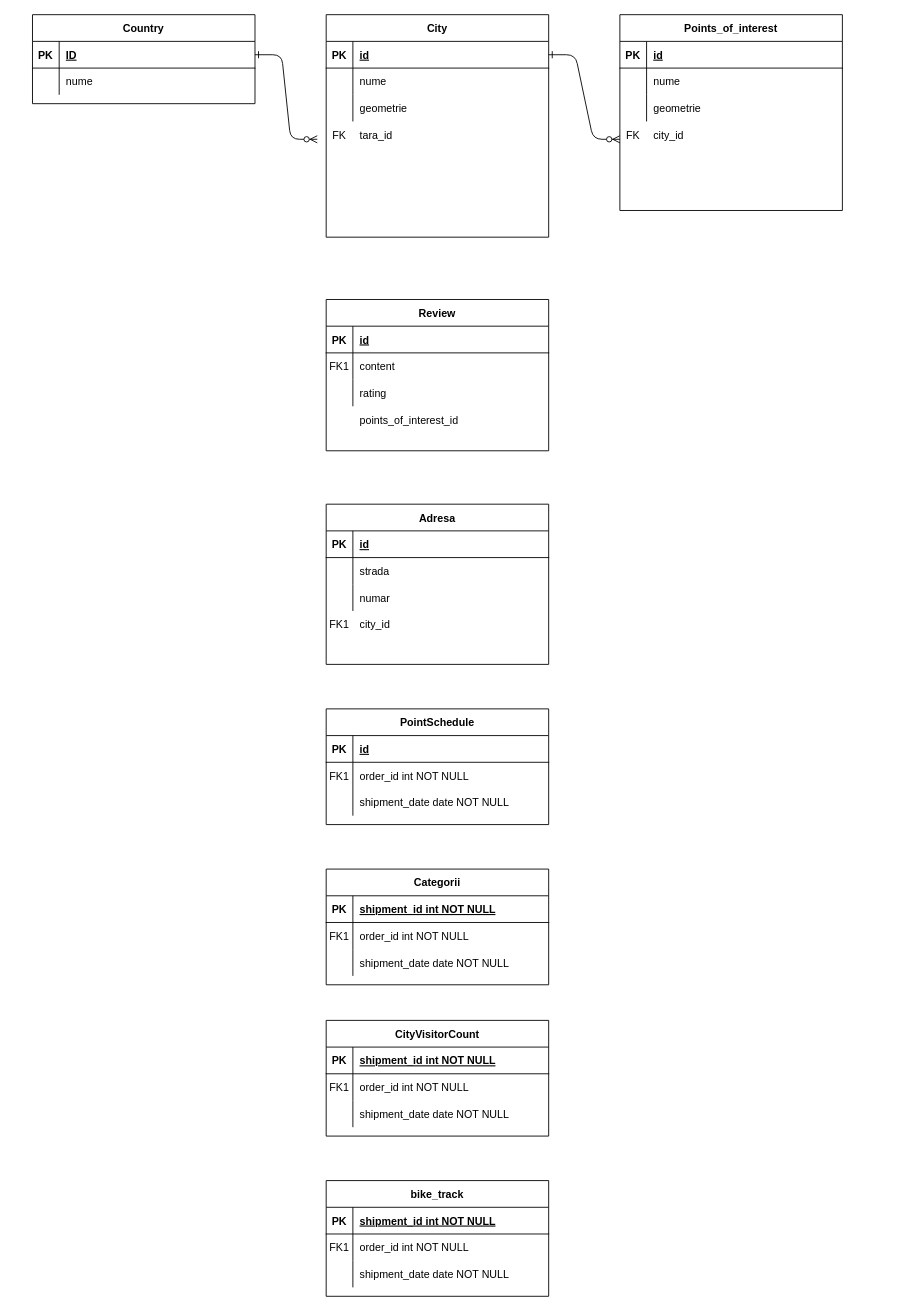
The draw.io diagram Model abstract.drawio in Lopatita/project_database_final, before the edit. Source tidied: cells renumbered, new cells numbered last; positions are measured from the earlier drawing's top-left corner, leaving out a move shared by most shapes. Both pictures are drawn from the tidied source at 89%, with x=0, y=0 at pixel (32, 14).
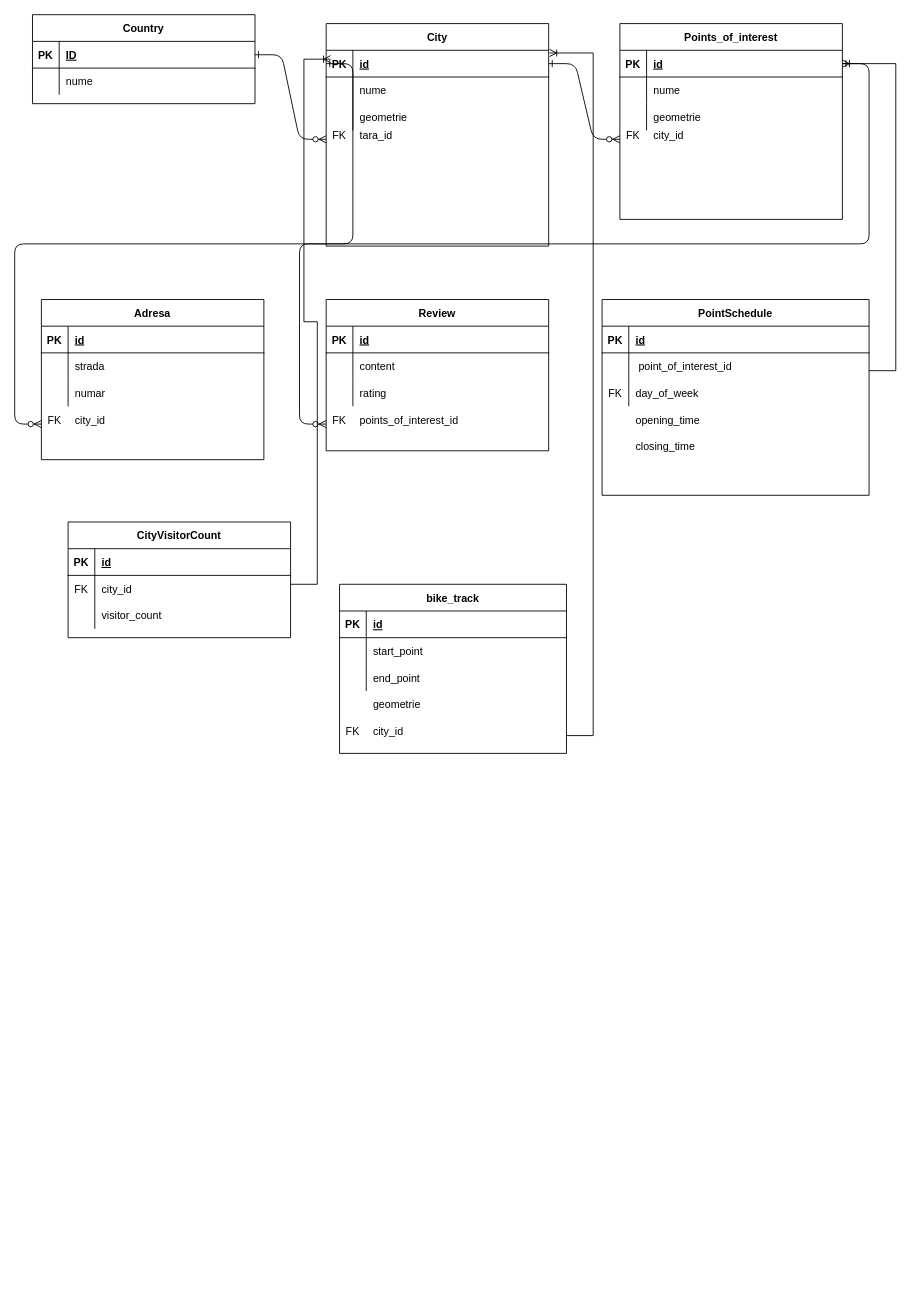
Above is the later version.

The change refers to these unchanged cells:
```xml
<mxCell id="5" style="shape=partialRectangle;fillColor=none;points=[[0,0.5],[1,0.5]];portConstraint=eastwest;top=0;left=0;right=0;bottom=1;" parent="4" vertex="1">
  <mxGeometry y="30" width="250" height="30" as="geometry" />
</mxCell>
<mxCell id="15" style="shape=partialRectangle;fillColor=none;points=[[0,0.5],[1,0.5]];portConstraint=eastwest;top=0;left=0;right=0;bottom=1;" parent="14" vertex="1">
  <mxGeometry y="30" width="250" height="30" as="geometry" />
</mxCell>
<mxCell id="25" style="shape=partialRectangle;fillColor=none;points=[[0,0.5],[1,0.5]];portConstraint=eastwest;top=0;left=0;right=0;bottom=1;" parent="24" vertex="1">
  <mxGeometry y="30" width="250" height="30" as="geometry" />
</mxCell>
<mxCell id="55" style="shape=partialRectangle;fillColor=none;top=0;left=0;right=0;bottom=0;" parent="51" vertex="1">
  <mxGeometry y="60" width="250" height="30" as="geometry" />
</mxCell>
<mxCell id="72" style="shape=partialRectangle;fillColor=none;top=0;left=0;right=0;bottom=1;" parent="71" vertex="1">
  <mxGeometry y="30" width="250" height="30" as="geometry" />
</mxCell>
<mxCell id="75" style="shape=partialRectangle;fillColor=none;top=0;left=0;right=0;bottom=0;" parent="71" vertex="1">
  <mxGeometry y="60" width="250" height="30" as="geometry" />
</mxCell>
<mxCell id="78" style="shape=partialRectangle;fillColor=none;top=0;left=0;right=0;bottom=0;" parent="71" vertex="1">
  <mxGeometry y="90" width="250" height="30" as="geometry" />
</mxCell>
```

Diff of the diagram source:
```diff
@@
     <mxCell id="2" style="edgeStyle=entityRelationEdgeStyle;endArrow=ERzeroToMany;startArrow=ERone;endFill=1;startFill=0;" parent="1" edge="1" source="25">
       <mxGeometry relative="1" as="geometry">
-        <mxPoint x="320" y="140" as="targetPoint" />
+        <mxPoint x="330" y="140" as="targetPoint" />
       </mxGeometry>
     </mxCell>
@@
     <mxCell id="4" value="City" style="shape=table;startSize=30;childLayout=tableLayout;rowLines=0;fontStyle=1;align=center;" parent="1" vertex="1">
-      <mxGeometry x="330" width="250" height="250" as="geometry" />
+      <mxGeometry x="330" y="10" width="250" height="250" as="geometry" />
     </mxCell>
@@
     <mxCell id="14" value="Points_of_interest" style="shape=table;startSize=30;childLayout=tableLayout;rowLines=0;fontStyle=1;align=center;" parent="1" vertex="1">
-      <mxGeometry x="660" width="250" height="220" as="geometry" />
+      <mxGeometry x="660" y="10" width="250" height="220" as="geometry" />
     </mxCell>
@@
-    <mxCell id="31" value="Categorii" style="shape=table;startSize=30;childLayout=tableLayout;rowLines=0;fontStyle=1;align=center;" parent="1" vertex="1">
-      <mxGeometry x="330" y="960" width="250" height="130" as="geometry" />
-    </mxCell>
-    <mxCell id="32" style="shape=partialRectangle;fillColor=none;top=0;left=0;right=0;bottom=1;" parent="31" vertex="1">
-      <mxGeometry y="30" width="250" height="30" as="geometry" />
-    </mxCell>
-    <mxCell id="33" value="PK" style="shape=partialRectangle;overflow=hidden;fillColor=none;top=0;left=0;bottom=0;right=0;fontStyle=1;" parent="32" vertex="1">
-      <mxGeometry width="30" height="30" as="geometry" />
-    </mxCell>
-    <mxCell id="34" value="shipment_id int NOT NULL " style="shape=partialRectangle;overflow=hidden;fillColor=none;top=0;left=0;bottom=0;right=0;align=left;spacingLeft=6;fontStyle=5;" parent="32" vertex="1">
-      <mxGeometry x="30" width="220" height="30" as="geometry" />
-    </mxCell>
-    <mxCell id="35" style="shape=partialRectangle;fillColor=none;top=0;left=0;right=0;bottom=0;" parent="31" vertex="1">
-      <mxGeometry y="60" width="250" height="30" as="geometry" />
-    </mxCell>
-    <mxCell id="36" value="FK1" style="shape=partialRectangle;overflow=hidden;fillColor=none;top=0;left=0;bottom=0;right=0;" parent="35" vertex="1">
-      <mxGeometry width="30" height="30" as="geometry" />
-    </mxCell>
-    <mxCell id="37" value="order_id int NOT NULL" style="shape=partialRectangle;overflow=hidden;fillColor=none;top=0;left=0;bottom=0;right=0;align=left;spacingLeft=6;" parent="35" vertex="1">
-      <mxGeometry x="30" width="220" height="30" as="geometry" />
-    </mxCell>
-    <mxCell id="38" style="shape=partialRectangle;fillColor=none;top=0;left=0;right=0;bottom=0;" parent="31" vertex="1">
-      <mxGeometry y="90" width="250" height="30" as="geometry" />
-    </mxCell>
-    <mxCell id="39" style="shape=partialRectangle;overflow=hidden;fillColor=none;top=0;left=0;bottom=0;right=0;" parent="38" vertex="1">
-      <mxGeometry width="30" height="30" as="geometry" />
-    </mxCell>
-    <mxCell id="40" value="shipment_date date NOT NULL" style="shape=partialRectangle;overflow=hidden;fillColor=none;top=0;left=0;bottom=0;right=0;align=left;spacingLeft=6;" parent="38" vertex="1">
-      <mxGeometry x="30" width="220" height="30" as="geometry" />
-    </mxCell>
     <mxCell id="41" value="Adresa" style="shape=table;startSize=30;childLayout=tableLayout;rowLines=0;fontStyle=1;align=center;" parent="1" vertex="1">
-      <mxGeometry x="330" y="550" width="250" height="180" as="geometry" />
+      <mxGeometry x="10" y="320" width="250" height="180" as="geometry" />
     </mxCell>
@@
-    <mxCell id="56" value="FK1" style="shape=partialRectangle;overflow=hidden;fillColor=none;top=0;left=0;bottom=0;right=0;" parent="55" vertex="1">
+    <mxCell id="56" style="shape=partialRectangle;overflow=hidden;fillColor=none;top=0;left=0;bottom=0;right=0;" parent="55" vertex="1">
       <mxGeometry width="30" height="30" as="geometry" />
     </mxCell>
@@
     <mxCell id="61" value="PointSchedule" style="shape=table;startSize=30;childLayout=tableLayout;rowLines=0;fontStyle=1;align=center;" parent="1" vertex="1">
-      <mxGeometry x="330" y="780" width="250" height="130" as="geometry" />
+      <mxGeometry x="640" y="320" width="300" height="220" as="geometry" />
     </mxCell>
     <mxCell id="62" style="shape=partialRectangle;fillColor=none;top=0;left=0;right=0;bottom=1;" parent="61" vertex="1">
-      <mxGeometry y="30" width="250" height="30" as="geometry" />
+      <mxGeometry y="30" width="300" height="30" as="geometry" />
     </mxCell>
@@
     <mxCell id="64" value="id" style="shape=partialRectangle;overflow=hidden;fillColor=none;top=0;left=0;bottom=0;right=0;align=left;spacingLeft=6;fontStyle=5;" parent="62" vertex="1">
-      <mxGeometry x="30" width="220" height="30" as="geometry" />
+      <mxGeometry x="30" width="270" height="30" as="geometry" />
     </mxCell>
+    <mxCell id="68" style="shape=partialRectangle;fillColor=none;top=0;left=0;right=0;bottom=0;" parent="61" vertex="1">
+      <mxGeometry y="60" width="300" height="30" as="geometry" />
+    </mxCell>
+    <mxCell id="69" style="shape=partialRectangle;overflow=hidden;fillColor=none;top=0;left=0;bottom=0;right=0;" parent="68" vertex="1">
+      <mxGeometry width="30" height="30" as="geometry" />
+    </mxCell>
+    <mxCell id="70" value=" point_of_interest_id" style="shape=partialRectangle;overflow=hidden;fillColor=none;top=0;left=0;bottom=0;right=0;align=left;spacingLeft=6;" parent="68" vertex="1">
+      <mxGeometry x="30" width="270" height="30" as="geometry" />
+    </mxCell>
     <mxCell id="65" style="shape=partialRectangle;fillColor=none;top=0;left=0;right=0;bottom=0;" parent="61" vertex="1">
-      <mxGeometry y="60" width="250" height="30" as="geometry" />
+      <mxGeometry y="90" width="300" height="30" as="geometry" />
     </mxCell>
-    <mxCell id="66" value="FK1" style="shape=partialRectangle;overflow=hidden;fillColor=none;top=0;left=0;bottom=0;right=0;" parent="65" vertex="1">
+    <mxCell id="66" value="FK" style="shape=partialRectangle;overflow=hidden;fillColor=none;top=0;left=0;bottom=0;right=0;" parent="65" vertex="1">
       <mxGeometry width="30" height="30" as="geometry" />
     </mxCell>
-    <mxCell id="67" value="order_id int NOT NULL" style="shape=partialRectangle;overflow=hidden;fillColor=none;top=0;left=0;bottom=0;right=0;align=left;spacingLeft=6;" parent="65" vertex="1">
-      <mxGeometry x="30" width="220" height="30" as="geometry" />
+    <mxCell id="67" value="day_of_week" style="shape=partialRectangle;overflow=hidden;fillColor=none;top=0;left=0;bottom=0;right=0;align=left;spacingLeft=6;" parent="65" vertex="1">
+      <mxGeometry x="30" width="270" height="30" as="geometry" />
     </mxCell>
-    <mxCell id="68" style="shape=partialRectangle;fillColor=none;top=0;left=0;right=0;bottom=0;" parent="61" vertex="1">
-      <mxGeometry y="90" width="250" height="30" as="geometry" />
-    </mxCell>
-    <mxCell id="69" style="shape=partialRectangle;overflow=hidden;fillColor=none;top=0;left=0;bottom=0;right=0;" parent="68" vertex="1">
-      <mxGeometry width="30" height="30" as="geometry" />
-    </mxCell>
-    <mxCell id="70" value="shipment_date date NOT NULL" style="shape=partialRectangle;overflow=hidden;fillColor=none;top=0;left=0;bottom=0;right=0;align=left;spacingLeft=6;" parent="68" vertex="1">
-      <mxGeometry x="30" width="220" height="30" as="geometry" />
-    </mxCell>
     <mxCell id="71" value="CityVisitorCount" style="shape=table;startSize=30;childLayout=tableLayout;rowLines=0;fontStyle=1;align=center;" parent="1" vertex="1">
-      <mxGeometry x="330" y="1130" width="250" height="130" as="geometry" />
+      <mxGeometry x="40" y="570" width="250" height="130" as="geometry" />
     </mxCell>
@@
-    <mxCell id="74" value="shipment_id int NOT NULL " style="shape=partialRectangle;overflow=hidden;fillColor=none;top=0;left=0;bottom=0;right=0;align=left;spacingLeft=6;fontStyle=5;" parent="72" vertex="1">
+    <mxCell id="74" value="id" style="shape=partialRectangle;overflow=hidden;fillColor=none;top=0;left=0;bottom=0;right=0;align=left;spacingLeft=6;fontStyle=5;" parent="72" vertex="1">
       <mxGeometry x="30" width="220" height="30" as="geometry" />
     </mxCell>
@@
-    <mxCell id="76" value="FK1" style="shape=partialRectangle;overflow=hidden;fillColor=none;top=0;left=0;bottom=0;right=0;" parent="75" vertex="1">
+    <mxCell id="76" value="FK" style="shape=partialRectangle;overflow=hidden;fillColor=none;top=0;left=0;bottom=0;right=0;" parent="75" vertex="1">
       <mxGeometry width="30" height="30" as="geometry" />
     </mxCell>
-    <mxCell id="77" value="order_id int NOT NULL" style="shape=partialRectangle;overflow=hidden;fillColor=none;top=0;left=0;bottom=0;right=0;align=left;spacingLeft=6;" parent="75" vertex="1">
+    <mxCell id="77" value="city_id" style="shape=partialRectangle;overflow=hidden;fillColor=none;top=0;left=0;bottom=0;right=0;align=left;spacingLeft=6;" parent="75" vertex="1">
       <mxGeometry x="30" width="220" height="30" as="geometry" />
     </mxCell>
@@
-    <mxCell id="80" value="shipment_date date NOT NULL" style="shape=partialRectangle;overflow=hidden;fillColor=none;top=0;left=0;bottom=0;right=0;align=left;spacingLeft=6;" parent="78" vertex="1">
+    <mxCell id="80" value="visitor_count" style="shape=partialRectangle;overflow=hidden;fillColor=none;top=0;left=0;bottom=0;right=0;align=left;spacingLeft=6;" parent="78" vertex="1">
       <mxGeometry x="30" width="220" height="30" as="geometry" />
     </mxCell>
     <mxCell id="81" value="bike_track" style="shape=table;startSize=30;childLayout=tableLayout;rowLines=0;fontStyle=1;align=center;" parent="1" vertex="1">
-      <mxGeometry x="330" y="1310" width="250" height="130" as="geometry" />
+      <mxGeometry x="345" y="640" width="255" height="190" as="geometry" />
     </mxCell>
     <mxCell id="82" style="shape=partialRectangle;fillColor=none;top=0;left=0;right=0;bottom=1;" parent="81" vertex="1">
-      <mxGeometry y="30" width="250" height="30" as="geometry" />
+      <mxGeometry y="30" width="255" height="30" as="geometry" />
     </mxCell>
@@
-    <mxCell id="84" value="shipment_id int NOT NULL " style="shape=partialRectangle;overflow=hidden;fillColor=none;top=0;left=0;bottom=0;right=0;align=left;spacingLeft=6;fontStyle=5;" parent="82" vertex="1">
-      <mxGeometry x="30" width="220" height="30" as="geometry" />
+    <mxCell id="84" value="id" style="shape=partialRectangle;overflow=hidden;fillColor=none;top=0;left=0;bottom=0;right=0;align=left;spacingLeft=6;fontStyle=5;" parent="82" vertex="1">
+      <mxGeometry x="30" width="225" height="30" as="geometry" />
     </mxCell>
     <mxCell id="85" style="shape=partialRectangle;fillColor=none;top=0;left=0;right=0;bottom=0;" parent="81" vertex="1">
-      <mxGeometry y="60" width="250" height="30" as="geometry" />
+      <mxGeometry y="60" width="255" height="30" as="geometry" />
     </mxCell>
-    <mxCell id="86" value="FK1" style="shape=partialRectangle;overflow=hidden;fillColor=none;top=0;left=0;bottom=0;right=0;" parent="85" vertex="1">
+    <mxCell id="86" style="shape=partialRectangle;overflow=hidden;fillColor=none;top=0;left=0;bottom=0;right=0;" parent="85" vertex="1">
       <mxGeometry width="30" height="30" as="geometry" />
     </mxCell>
-    <mxCell id="87" value="order_id int NOT NULL" style="shape=partialRectangle;overflow=hidden;fillColor=none;top=0;left=0;bottom=0;right=0;align=left;spacingLeft=6;" parent="85" vertex="1">
-      <mxGeometry x="30" width="220" height="30" as="geometry" />
+    <mxCell id="87" value="start_point" style="shape=partialRectangle;overflow=hidden;fillColor=none;top=0;left=0;bottom=0;right=0;align=left;spacingLeft=6;" parent="85" vertex="1">
+      <mxGeometry x="30" width="225" height="30" as="geometry" />
     </mxCell>
     <mxCell id="88" style="shape=partialRectangle;fillColor=none;top=0;left=0;right=0;bottom=0;" parent="81" vertex="1">
-      <mxGeometry y="90" width="250" height="30" as="geometry" />
+      <mxGeometry y="90" width="255" height="30" as="geometry" />
     </mxCell>
@@
-    <mxCell id="90" value="shipment_date date NOT NULL" style="shape=partialRectangle;overflow=hidden;fillColor=none;top=0;left=0;bottom=0;right=0;align=left;spacingLeft=6;" parent="88" vertex="1">
-      <mxGeometry x="30" width="220" height="30" as="geometry" />
+    <mxCell id="90" value="end_point" style="shape=partialRectangle;overflow=hidden;fillColor=none;top=0;left=0;bottom=0;right=0;align=left;spacingLeft=6;" parent="88" vertex="1">
+      <mxGeometry x="30" width="225" height="30" as="geometry" />
     </mxCell>
@@
-    <mxCell id="94" value="city_id" style="shape=partialRectangle;overflow=hidden;fillColor=none;top=0;left=0;bottom=0;right=0;align=left;spacingLeft=6;" parent="1" vertex="1">
-      <mxGeometry x="360" y="670" width="220" height="30" as="geometry" />
-    </mxCell>
-    <mxCell id="95" value="FK1" style="shape=partialRectangle;overflow=hidden;fillColor=none;top=0;left=0;bottom=0;right=0;" parent="1" vertex="1">
-      <mxGeometry x="330" y="670" width="30" height="30" as="geometry" />
-    </mxCell>
@@
+    <mxCell id="98" value="city_id" style="shape=partialRectangle;overflow=hidden;fillColor=none;top=0;left=0;bottom=0;right=0;align=left;spacingLeft=6;" parent="1" vertex="1">
+      <mxGeometry x="40" y="440" width="220" height="30" as="geometry" />
+    </mxCell>
+    <mxCell id="99" value="FK" style="shape=partialRectangle;overflow=hidden;fillColor=none;top=0;left=0;bottom=0;right=0;" parent="1" vertex="1">
+      <mxGeometry x="10" y="440" width="30" height="30" as="geometry" />
+    </mxCell>
+    <mxCell id="100" style="edgeStyle=entityRelationEdgeStyle;endArrow=ERzeroToMany;startArrow=ERone;endFill=1;startFill=0;exitX=0;exitY=0.5;exitDx=0;exitDy=0;" parent="1" edge="1" source="5">
+      <mxGeometry relative="1" as="geometry">
+        <mxPoint x="10" y="460" as="targetPoint" />
+      </mxGeometry>
+    </mxCell>
+    <mxCell id="101" style="edgeStyle=entityRelationEdgeStyle;endArrow=ERzeroToMany;startArrow=ERone;endFill=1;startFill=0;exitX=1;exitY=0.5;exitDx=0;exitDy=0;" parent="1" edge="1" source="15">
+      <mxGeometry relative="1" as="geometry">
+        <mxPoint x="330" y="460" as="targetPoint" />
+      </mxGeometry>
+    </mxCell>
+    <mxCell id="102" value="FK" style="shape=partialRectangle;overflow=hidden;fillColor=none;top=0;left=0;bottom=0;right=0;" parent="1" vertex="1">
+      <mxGeometry x="330" y="440" width="30" height="30" as="geometry" />
+    </mxCell>
+    <mxCell id="103" value="opening_time" style="shape=partialRectangle;overflow=hidden;fillColor=none;top=0;left=0;bottom=0;right=0;align=left;spacingLeft=6;" parent="1" vertex="1">
+      <mxGeometry x="670" y="440" width="260" height="30" as="geometry" />
+    </mxCell>
+    <mxCell id="104" value="closing_time" style="shape=partialRectangle;overflow=hidden;fillColor=none;top=0;left=0;bottom=0;right=0;align=left;spacingLeft=6;" parent="1" vertex="1">
+      <mxGeometry x="670" y="470" width="260" height="30" as="geometry" />
+    </mxCell>
+    <mxCell id="105" style="edgeStyle=entityRelationEdgeStyle;fontSize=12;html=1;endArrow=ERoneToMany;rounded=0;entryX=1;entryY=0.5;entryDx=0;entryDy=0;" parent="1" edge="1" target="15">
+      <mxGeometry relative="1" as="geometry">
+        <mxPoint x="940" y="400" as="sourcePoint" />
+        <Array as="points">
+          <mxPoint x="980" y="90" />
+        </Array>
+      </mxGeometry>
+    </mxCell>
+    <mxCell id="106" style="edgeStyle=entityRelationEdgeStyle;fontSize=12;html=1;endArrow=ERoneToMany;rounded=0;entryX=1;entryY=0.5;entryDx=0;entryDy=0;" parent="1" edge="1">
+      <mxGeometry relative="1" as="geometry">
+        <mxPoint x="290" y="640" as="sourcePoint" />
+        <mxPoint x="335" y="50" as="targetPoint" />
+        <Array as="points">
+          <mxPoint x="405" y="85" />
+        </Array>
+      </mxGeometry>
+    </mxCell>
+    <mxCell id="107" value="geometrie" style="shape=partialRectangle;overflow=hidden;fillColor=none;top=0;left=0;bottom=0;right=0;align=left;spacingLeft=6;" parent="1" vertex="1">
+      <mxGeometry x="375" y="760" width="220" height="30" as="geometry" />
+    </mxCell>
+    <mxCell id="108" value="city_id" style="shape=partialRectangle;overflow=hidden;fillColor=none;top=0;left=0;bottom=0;right=0;align=left;spacingLeft=6;" parent="1" vertex="1">
+      <mxGeometry x="375" y="790" width="220" height="30" as="geometry" />
+    </mxCell>
+    <mxCell id="109" value="FK" style="shape=partialRectangle;overflow=hidden;fillColor=none;top=0;left=0;bottom=0;right=0;" parent="1" vertex="1">
+      <mxGeometry x="345" y="790" width="30" height="30" as="geometry" />
+    </mxCell>
+    <mxCell id="110" style="edgeStyle=entityRelationEdgeStyle;fontSize=12;html=1;endArrow=ERoneToMany;rounded=0;entryX=1.004;entryY=0.1;entryDx=0;entryDy=0;entryPerimeter=0;" parent="1" edge="1" target="5">
+      <mxGeometry relative="1" as="geometry">
+        <mxPoint x="600" y="810" as="sourcePoint" />
+      </mxGeometry>
+    </mxCell>
```
